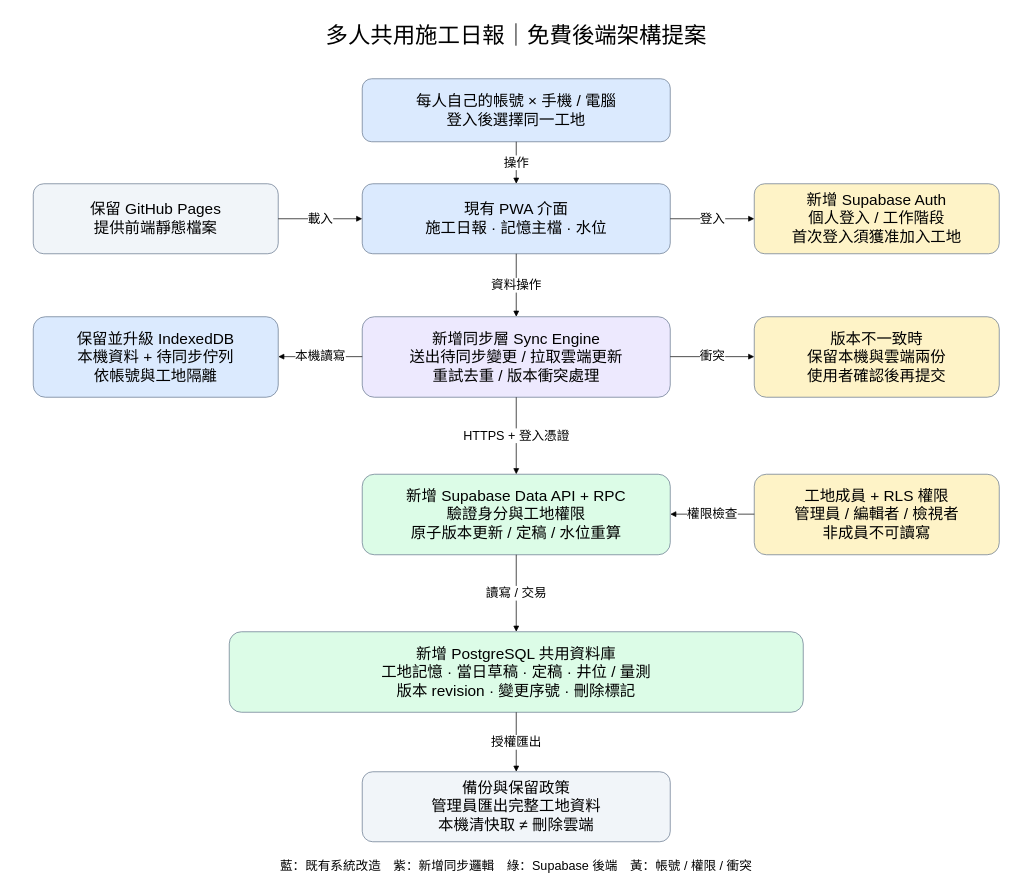
Above: docs/architecture/shared-backend-proposal.drawio in edmond200037-cpu/daily-report-web (draw.io), before the change. Source tidied: cells renumbered, new cells numbered last; positions are measured from the earlier drawing's top-left corner, leaving out a move shared by most shapes. Both pictures are drawn from the tidied source at 70%, with x=0, y=0 at pixel (12, 12).
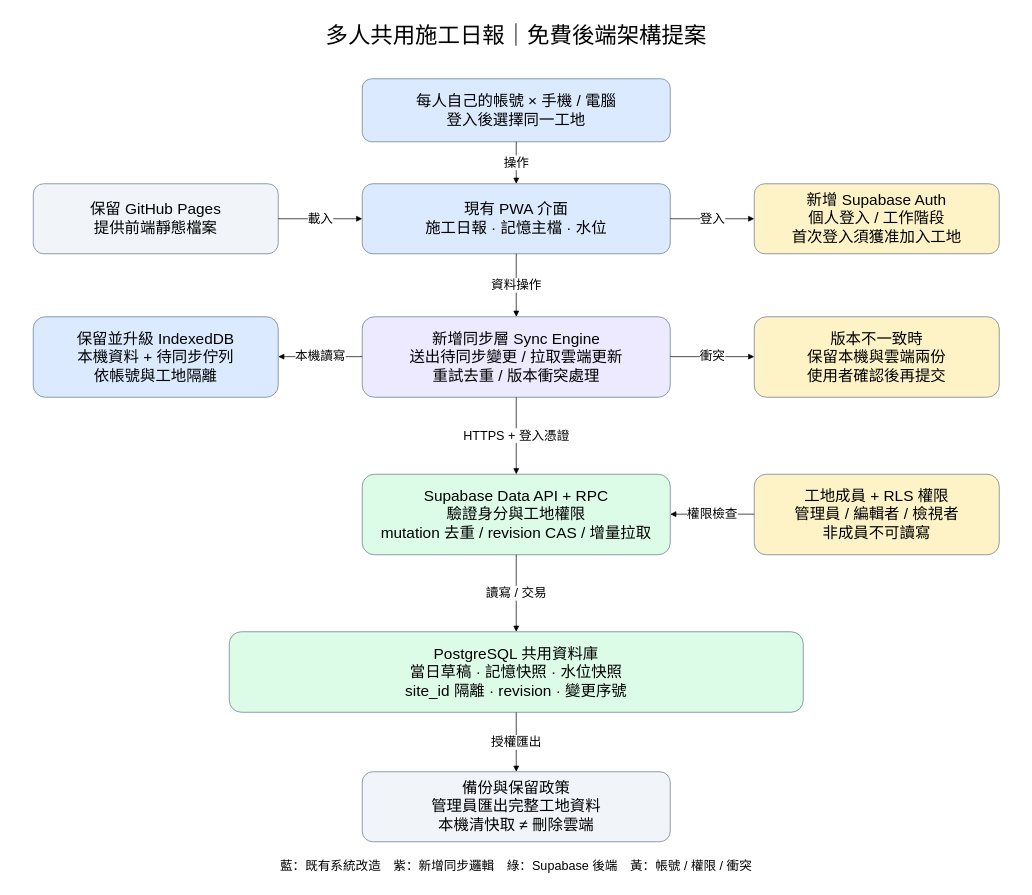
Above is the later version.

Change to the diagram source:
```diff
@@
-    <mxCell id="9" value="新增 Supabase Data API + RPC&#10;驗證身分與工地權限&#10;原子版本更新 / 定稿 / 水位重算" style="rounded=1;whiteSpace=wrap;html=1;fontFamily=Microsoft JhengHei;fontSize=22;fillColor=#DCFCE7;strokeColor=#64748b;spacing=12;" parent="1" vertex="1">
+    <mxCell id="9" value="Supabase Data API + RPC&#10;驗證身分與工地權限&#10;mutation 去重 / revision CAS / 增量拉取" style="rounded=1;whiteSpace=wrap;html=1;fontFamily=Microsoft JhengHei;fontSize=22;fillColor=#DCFCE7;strokeColor=#64748b;spacing=12;" parent="1" vertex="1">
       <mxGeometry x="500" y="660" width="440" height="115" as="geometry" />
     </mxCell>
@@
-    <mxCell id="11" value="新增 PostgreSQL 共用資料庫&#10;工地記憶 · 當日草稿 · 定稿 · 井位 / 量測&#10;版本 revision · 變更序號 · 刪除標記" style="rounded=1;whiteSpace=wrap;html=1;fontFamily=Microsoft JhengHei;fontSize=22;fillColor=#DCFCE7;strokeColor=#64748b;spacing=12;" parent="1" vertex="1">
+    <mxCell id="11" value="PostgreSQL 共用資料庫&#10;當日草稿 · 記憶快照 · 水位快照&#10;site_id 隔離 · revision · 變更序號" style="rounded=1;whiteSpace=wrap;html=1;fontFamily=Microsoft JhengHei;fontSize=22;fillColor=#DCFCE7;strokeColor=#64748b;spacing=12;" parent="1" vertex="1">
       <mxGeometry x="310" y="885" width="820" height="115" as="geometry" />
     </mxCell>
```
